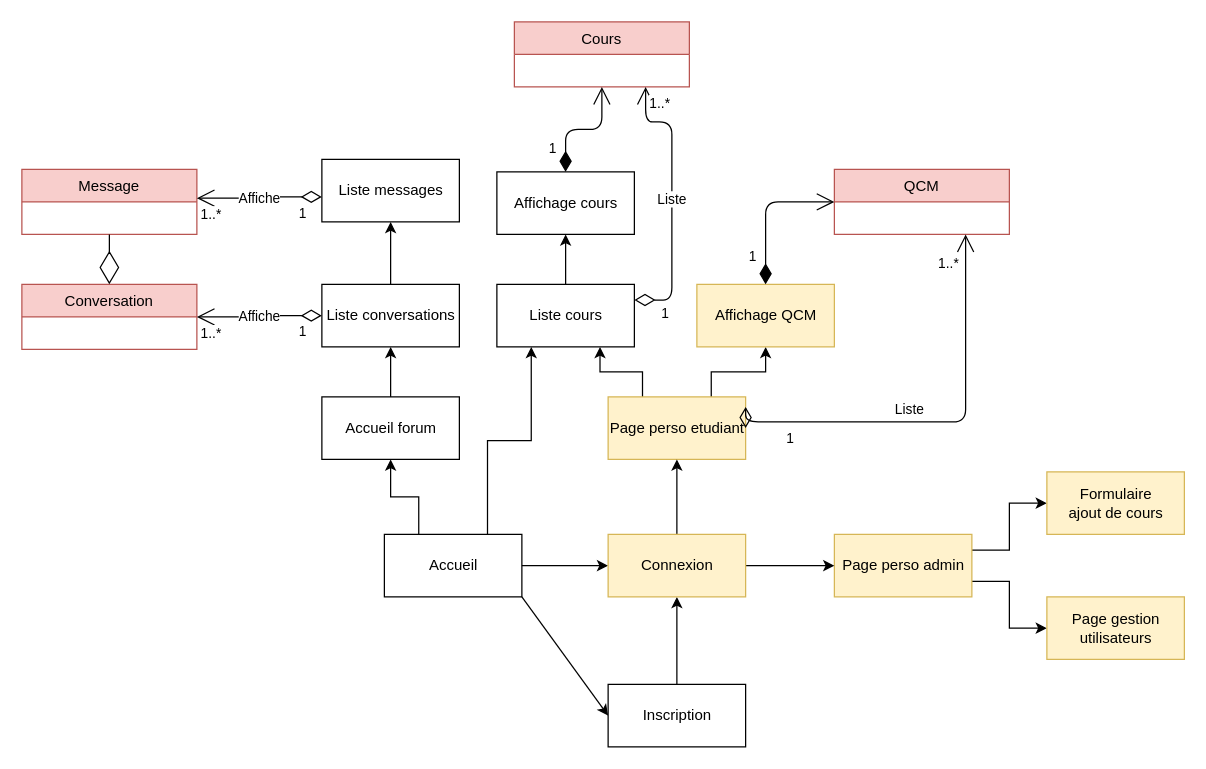
Before: documentation/diagrammes/Navigation.drawio in FC-Dijkstra/SiteFormation_DAW, a draw.io diagram. Source tidied: cells renumbered, new cells numbered last; positions are measured from the earlier drawing's top-left corner, leaving out a move shared by most shapes. Both pictures are drawn from the tidied source at 125%, with x=0, y=0 at pixel (21, 21).
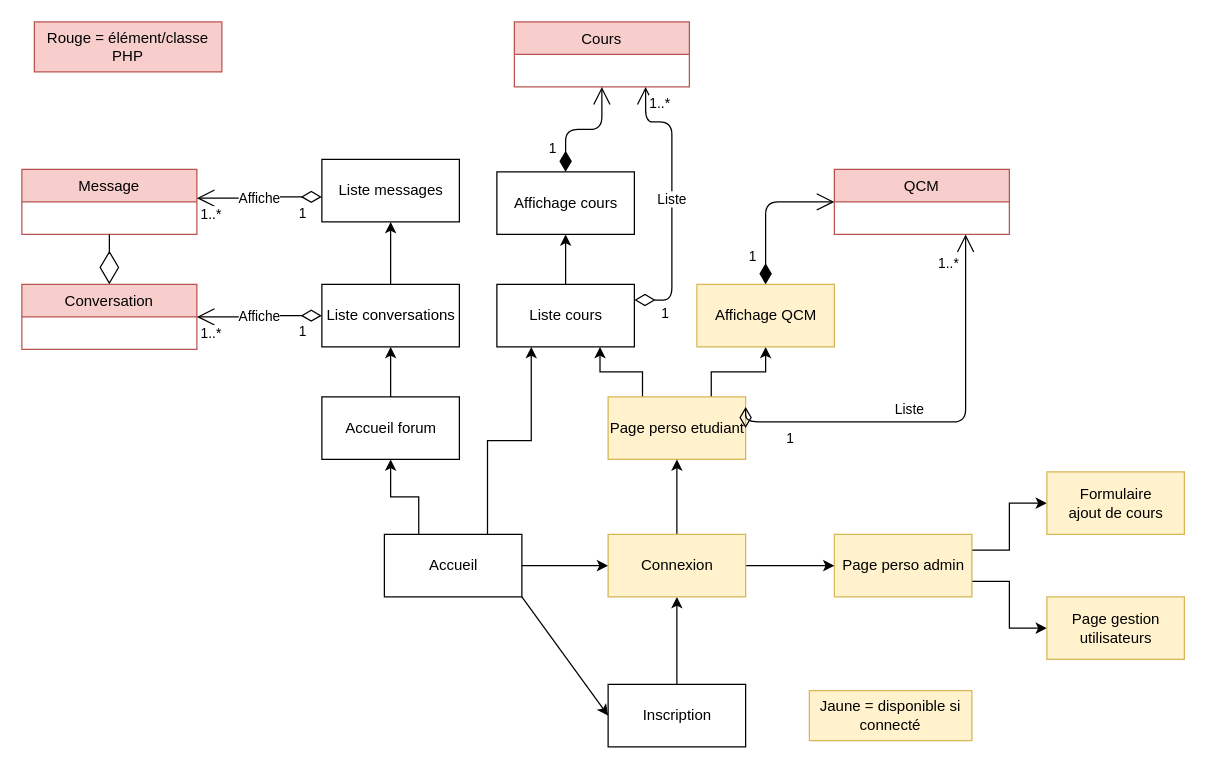
The same page after the edit.

The edit, as a diff of the source:
```diff
@@
+    <mxCell id="48" value="Jaune = disponible si connecté" style="text;html=1;strokeColor=#d6b656;fillColor=#fff2cc;align=center;verticalAlign=middle;whiteSpace=wrap;rounded=0;" parent="1" vertex="1">
+      <mxGeometry x="630" y="535" width="130" height="40" as="geometry" />
+    </mxCell>
+    <mxCell id="49" value="Rouge = élément/classe PHP" style="text;html=1;strokeColor=#b85450;fillColor=#f8cecc;align=center;verticalAlign=middle;whiteSpace=wrap;rounded=0;" parent="1" vertex="1">
+      <mxGeometry x="10" width="150" height="40" as="geometry" />
+    </mxCell>
```
